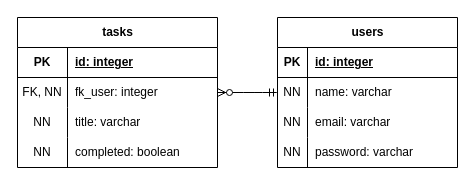
This is docs/DER.drawio from guilhermepk/tasker, a draw.io file, before an edit. Source tidied: cells renumbered, new cells numbered last; positions are measured from the earlier drawing's top-left corner, leaving out a move shared by most shapes. Both pictures are drawn from the tidied source at 100%, with x=0, y=0 at pixel (17, 17).
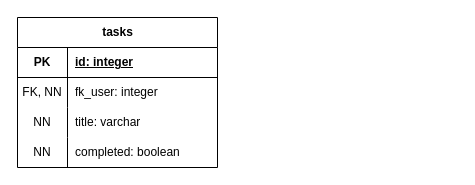
Above is the later version.

Unchanged cells that the change refers to:
```xml
<mxCell id="15" value="tasks" style="shape=table;startSize=30;childLayout=tableLayout;rowLines=0;fontStyle=1;align=center;html=1;" parent="1" vertex="1">
  <mxGeometry width="200" height="150" as="geometry" />
</mxCell>
```

Change to the diagram source:
```diff
@@
-    <mxCell id="2" value="users" style="shape=table;startSize=30;childLayout=tableLayout;rowLines=0;fontStyle=1;align=center;html=1;" parent="1" vertex="1">
-      <mxGeometry x="260" width="180" height="150" as="geometry" />
-    </mxCell>
-    <mxCell id="3" style="shape=tableRow;horizontal=0;startSize=0;swimlaneHead=0;swimlaneBody=0;fillColor=none;top=0;left=0;right=0;bottom=1;" parent="2" vertex="1">
-      <mxGeometry y="30" width="180" height="30" as="geometry" />
-    </mxCell>
-    <mxCell id="4" value="PK" style="shape=partialRectangle;fillColor=none;top=0;left=0;bottom=0;right=0;fontStyle=1;overflow=hidden;whiteSpace=wrap;html=1;" parent="3" vertex="1">
-      <mxGeometry width="30" height="30" as="geometry" />
-    </mxCell>
-    <mxCell id="5" value="id: integer" style="shape=partialRectangle;fillColor=none;top=0;left=0;bottom=0;right=0;align=left;spacingLeft=6;fontStyle=5;overflow=hidden;whiteSpace=wrap;html=1;" parent="3" vertex="1">
-      <mxGeometry x="30" width="150" height="30" as="geometry" />
-    </mxCell>
-    <mxCell id="6" style="shape=tableRow;horizontal=0;startSize=0;swimlaneHead=0;swimlaneBody=0;fillColor=none;top=0;left=0;right=0;bottom=0;" parent="2" vertex="1">
-      <mxGeometry y="60" width="180" height="30" as="geometry" />
-    </mxCell>
-    <mxCell id="7" value="NN" style="shape=partialRectangle;fillColor=none;top=0;left=0;bottom=0;right=0;overflow=hidden;whiteSpace=wrap;html=1;" parent="6" vertex="1">
-      <mxGeometry width="30" height="30" as="geometry" />
-    </mxCell>
-    <mxCell id="8" value="name: varchar" style="shape=partialRectangle;fillColor=none;top=0;left=0;bottom=0;right=0;align=left;spacingLeft=6;overflow=hidden;whiteSpace=wrap;html=1;" parent="6" vertex="1">
-      <mxGeometry x="30" width="150" height="30" as="geometry" />
-    </mxCell>
-    <mxCell id="9" style="shape=tableRow;horizontal=0;startSize=0;swimlaneHead=0;swimlaneBody=0;fillColor=none;top=0;left=0;right=0;bottom=0;" parent="2" vertex="1">
-      <mxGeometry y="90" width="180" height="30" as="geometry" />
-    </mxCell>
-    <mxCell id="10" value="NN" style="shape=partialRectangle;fillColor=none;top=0;left=0;bottom=0;right=0;overflow=hidden;whiteSpace=wrap;html=1;" parent="9" vertex="1">
-      <mxGeometry width="30" height="30" as="geometry" />
-    </mxCell>
-    <mxCell id="11" value="email: varchar" style="shape=partialRectangle;fillColor=none;top=0;left=0;bottom=0;right=0;align=left;spacingLeft=6;overflow=hidden;whiteSpace=wrap;html=1;" parent="9" vertex="1">
-      <mxGeometry x="30" width="150" height="30" as="geometry" />
-    </mxCell>
-    <mxCell id="12" style="shape=tableRow;horizontal=0;startSize=0;swimlaneHead=0;swimlaneBody=0;fillColor=none;top=0;left=0;right=0;bottom=0;" parent="2" vertex="1">
-      <mxGeometry y="120" width="180" height="30" as="geometry" />
-    </mxCell>
-    <mxCell id="13" value="NN" style="shape=partialRectangle;fillColor=none;top=0;left=0;bottom=0;right=0;overflow=hidden;whiteSpace=wrap;html=1;" parent="12" vertex="1">
-      <mxGeometry width="30" height="30" as="geometry" />
-    </mxCell>
-    <mxCell id="14" value="password: varchar" style="shape=partialRectangle;fillColor=none;top=0;left=0;bottom=0;right=0;align=left;spacingLeft=6;overflow=hidden;whiteSpace=wrap;html=1;" parent="12" vertex="1">
-      <mxGeometry x="30" width="150" height="30" as="geometry" />
-    </mxCell>
@@
-    <mxCell id="28" style="fontSize=12;html=1;endArrow=ERzeroToMany;startArrow=ERmandOne;edgeStyle=orthogonalEdgeStyle;curved=1;" parent="1" edge="1" source="2" target="15">
-      <mxGeometry relative="1" as="geometry" />
-    </mxCell>
```
